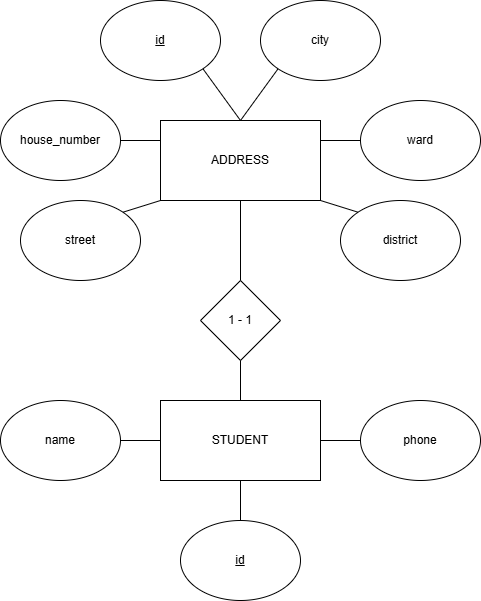
Before: B4.png, a diagram exported from draw.io (HaiDuong2035/Bai4_Session1_CSDL). Source tidied: cells renumbered, new cells last; positions are measured from the earlier drawing's top-left corner, leaving out a move shared by most shapes.
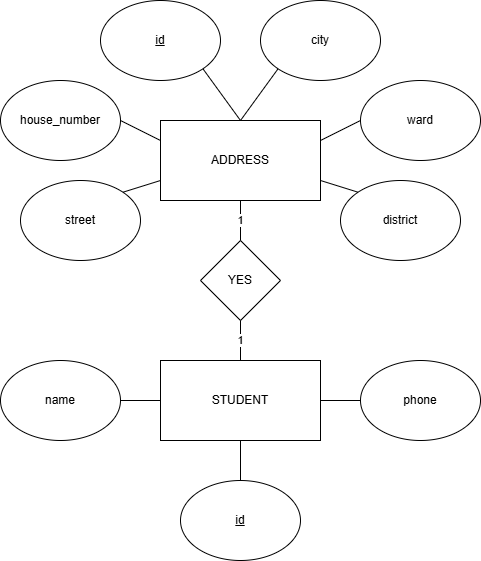
Later version of the same file.

Change to the diagram source:
```diff
@@ -2,79 +2,74 @@
   <root>
     <mxCell id="0" />
     <mxCell id="1" parent="0" />
-    <mxCell id="2" value="STUDENT" style="rounded=0;whiteSpace=wrap;html=1;" parent="1" vertex="1">
-      <mxGeometry x="160" y="400" width="160" height="80" as="geometry" />
-    </mxCell>
     <mxCell id="3" value="ADDRESS" style="rounded=0;whiteSpace=wrap;html=1;" parent="1" vertex="1">
-      <mxGeometry x="160" y="120" width="160" height="80" as="geometry" />
+      <mxGeometry x="160" width="160" height="80" as="geometry" />
     </mxCell>
-    <mxCell id="4" value="id" style="ellipse;whiteSpace=wrap;html=1;fontStyle=4;" parent="1" vertex="1">
-      <mxGeometry x="180" y="520" width="120" height="80" as="geometry" />
-    </mxCell>
-    <mxCell id="5" value="name" style="ellipse;whiteSpace=wrap;html=1;" parent="1" vertex="1">
-      <mxGeometry y="400" width="120" height="80" as="geometry" />
-    </mxCell>
-    <mxCell id="6" value="phone" style="ellipse;whiteSpace=wrap;html=1;" parent="1" vertex="1">
-      <mxGeometry x="360" y="400" width="120" height="80" as="geometry" />
-    </mxCell>
-    <mxCell id="7" value="id" style="ellipse;whiteSpace=wrap;html=1;fontStyle=4;" parent="1" vertex="1">
-      <mxGeometry x="100" width="120" height="80" as="geometry" />
-    </mxCell>
+    <mxCell id="26" value="id" style="ellipse;whiteSpace=wrap;html=1;fontStyle=4;" parent="1" vertex="1">
+      <mxGeometry x="100" y="-120" width="120" height="80" as="geometry" />
+    </mxCell>
+    <mxCell id="12" value="city" style="ellipse;whiteSpace=wrap;html=1;" parent="1" vertex="1">
+      <mxGeometry x="260" y="-120" width="120" height="80" as="geometry" />
+    </mxCell>
     <mxCell id="8" value="house_number" style="ellipse;whiteSpace=wrap;html=1;" parent="1" vertex="1">
-      <mxGeometry y="100" width="120" height="80" as="geometry" />
+      <mxGeometry y="-40" width="120" height="80" as="geometry" />
     </mxCell>
     <mxCell id="9" value="street" style="ellipse;whiteSpace=wrap;html=1;" parent="1" vertex="1">
-      <mxGeometry x="20" y="200" width="120" height="80" as="geometry" />
+      <mxGeometry x="20" y="60" width="120" height="80" as="geometry" />
     </mxCell>
     <mxCell id="10" value="ward" style="ellipse;whiteSpace=wrap;html=1;" parent="1" vertex="1">
-      <mxGeometry x="360" y="100" width="120" height="80" as="geometry" />
+      <mxGeometry x="360" y="-40" width="120" height="80" as="geometry" />
     </mxCell>
     <mxCell id="11" value="district" style="ellipse;whiteSpace=wrap;html=1;" parent="1" vertex="1">
-      <mxGeometry x="340" y="200" width="120" height="80" as="geometry" />
+      <mxGeometry x="340" y="60" width="120" height="80" as="geometry" />
     </mxCell>
-    <mxCell id="12" value="city" style="ellipse;whiteSpace=wrap;html=1;" parent="1" vertex="1">
-      <mxGeometry x="260" width="120" height="80" as="geometry" />
-    </mxCell>
-    <mxCell id="13" style="endArrow=none;html=1;rounded=0;" parent="1" edge="1" source="15">
-      <mxGeometry relative="1" as="geometry">
-        <mxPoint x="240" y="280" as="targetPoint" />
-      </mxGeometry>
-    </mxCell>
-    <mxCell id="14" style="endArrow=none;html=1;rounded=0;entryX=0.5;entryY=0;entryDx=0;entryDy=0;exitX=0.5;exitY=1;exitDx=0;exitDy=0;" parent="1" edge="1" source="2" target="4">
-      <mxGeometry relative="1" as="geometry" />
-    </mxCell>
-    <mxCell id="15" value="1 - 1" style="rhombus;whiteSpace=wrap;html=1;" parent="1" vertex="1">
-      <mxGeometry x="200" y="280" width="80" height="80" as="geometry" />
-    </mxCell>
+    <mxCell id="27" value="YES" style="rhombus;whiteSpace=wrap;html=1;" parent="1" vertex="1">
+      <mxGeometry x="200" y="120" width="80" height="80" as="geometry" />
+    </mxCell>
+    <mxCell id="2" value="STUDENT" style="rounded=0;whiteSpace=wrap;html=1;" parent="1" vertex="1">
+      <mxGeometry x="160" y="240" width="160" height="80" as="geometry" />
+    </mxCell>
+    <mxCell id="5" value="name" style="ellipse;whiteSpace=wrap;html=1;" parent="1" vertex="1">
+      <mxGeometry y="240" width="120" height="80" as="geometry" />
+    </mxCell>
+    <mxCell id="28" value="id" style="ellipse;whiteSpace=wrap;html=1;fontStyle=4;" parent="1" vertex="1">
+      <mxGeometry x="180" y="360" width="120" height="80" as="geometry" />
+    </mxCell>
+    <mxCell id="6" value="phone" style="ellipse;whiteSpace=wrap;html=1;" parent="1" vertex="1">
+      <mxGeometry x="360" y="240" width="120" height="80" as="geometry" />
+    </mxCell>
+    <mxCell id="29" style="endArrow=none;html=1;rounded=0;entryX=1;entryY=1;entryDx=0;entryDy=0;exitX=0.5;exitY=0;exitDx=0;exitDy=0;" parent="1" edge="1" source="3" target="26">
+      <mxGeometry relative="1" as="geometry" />
+    </mxCell>
+    <mxCell id="23" style="endArrow=none;html=1;rounded=0;entryX=0;entryY=1;entryDx=0;entryDy=0;exitX=0.5;exitY=0;exitDx=0;exitDy=0;" parent="1" edge="1" source="3" target="12">
+      <mxGeometry relative="1" as="geometry" />
+    </mxCell>
+    <mxCell id="24" style="endArrow=none;html=1;rounded=0;entryX=0;entryY=0.5;entryDx=0;entryDy=0;exitX=1;exitY=0.25;exitDx=0;exitDy=0;" parent="1" edge="1" source="3" target="10">
+      <mxGeometry relative="1" as="geometry" />
+    </mxCell>
+    <mxCell id="21" style="endArrow=none;html=1;rounded=0;entryX=0;entryY=0.25;entryDx=0;entryDy=0;exitX=1;exitY=0.5;exitDx=0;exitDy=0;" parent="1" edge="1" source="8" target="3">
+      <mxGeometry relative="1" as="geometry" />
+    </mxCell>
+    <mxCell id="20" style="endArrow=none;html=1;rounded=0;entryX=0;entryY=0.75;entryDx=0;entryDy=0;exitX=1;exitY=0;exitDx=0;exitDy=0;" parent="1" edge="1" source="9" target="3">
+      <mxGeometry relative="1" as="geometry" />
+    </mxCell>
+    <mxCell id="25" style="endArrow=none;html=1;rounded=0;entryX=1;entryY=0.75;entryDx=0;entryDy=0;exitX=0;exitY=0;exitDx=0;exitDy=0;" parent="1" edge="1" source="11" target="3">
+      <mxGeometry relative="1" as="geometry" />
+    </mxCell>
+    <mxCell id="30" value="1" style="endArrow=none;html=1;rounded=0;entryX=0.5;entryY=1;entryDx=0;entryDy=0;exitX=0.5;exitY=0;exitDx=0;exitDy=0;" parent="1" edge="1" source="27" target="3">
+      <mxGeometry relative="1" as="geometry" />
+    </mxCell>
+    <mxCell id="31" value="1" style="endArrow=none;html=1;rounded=0;entryX=0.5;entryY=1;entryDx=0;entryDy=0;exitX=0.5;exitY=0;exitDx=0;exitDy=0;" parent="1" edge="1" source="2" target="27">
+      <mxGeometry relative="1" as="geometry" />
+    </mxCell>
     <mxCell id="16" style="endArrow=none;html=1;rounded=0;entryX=0;entryY=0.5;entryDx=0;entryDy=0;exitX=1;exitY=0.5;exitDx=0;exitDy=0;" parent="1" edge="1" source="5" target="2">
       <mxGeometry relative="1" as="geometry" />
     </mxCell>
     <mxCell id="17" style="endArrow=none;html=1;rounded=0;entryX=0;entryY=0.5;entryDx=0;entryDy=0;exitX=1;exitY=0.5;exitDx=0;exitDy=0;" parent="1" edge="1" source="2" target="6">
       <mxGeometry relative="1" as="geometry" />
     </mxCell>
-    <mxCell id="18" style="endArrow=none;html=1;rounded=0;entryX=0.5;entryY=1;entryDx=0;entryDy=0;exitX=0.5;exitY=0;exitDx=0;exitDy=0;" parent="1" edge="1" source="2" target="15">
-      <mxGeometry relative="1" as="geometry" />
-    </mxCell>
-    <mxCell id="19" style="endArrow=none;html=1;rounded=0;entryX=0.5;entryY=1;entryDx=0;entryDy=0;exitX=0.5;exitY=0;exitDx=0;exitDy=0;" parent="1" edge="1" source="15" target="3">
-      <mxGeometry relative="1" as="geometry" />
-    </mxCell>
-    <mxCell id="20" style="endArrow=none;html=1;rounded=0;entryX=0;entryY=1;entryDx=0;entryDy=0;exitX=1;exitY=0;exitDx=0;exitDy=0;" parent="1" edge="1" source="9" target="3">
-      <mxGeometry relative="1" as="geometry" />
-    </mxCell>
-    <mxCell id="21" style="endArrow=none;html=1;rounded=0;entryX=0;entryY=0.25;entryDx=0;entryDy=0;exitX=1;exitY=0.5;exitDx=0;exitDy=0;" parent="1" edge="1" source="8" target="3">
-      <mxGeometry relative="1" as="geometry" />
-    </mxCell>
-    <mxCell id="22" style="endArrow=none;html=1;rounded=0;entryX=1;entryY=1;entryDx=0;entryDy=0;exitX=0.5;exitY=0;exitDx=0;exitDy=0;" parent="1" edge="1" source="3" target="7">
-      <mxGeometry relative="1" as="geometry" />
-    </mxCell>
-    <mxCell id="23" style="endArrow=none;html=1;rounded=0;entryX=0;entryY=1;entryDx=0;entryDy=0;exitX=0.5;exitY=0;exitDx=0;exitDy=0;" parent="1" edge="1" source="3" target="12">
-      <mxGeometry relative="1" as="geometry" />
-    </mxCell>
-    <mxCell id="24" style="endArrow=none;html=1;rounded=0;entryX=0;entryY=0.5;entryDx=0;entryDy=0;exitX=1;exitY=0.25;exitDx=0;exitDy=0;" parent="1" edge="1" source="3" target="10">
-      <mxGeometry relative="1" as="geometry" />
-    </mxCell>
-    <mxCell id="25" style="endArrow=none;html=1;rounded=0;entryX=1;entryY=1;entryDx=0;entryDy=0;exitX=0;exitY=0;exitDx=0;exitDy=0;" parent="1" edge="1" source="11" target="3">
-      <mxGeometry relative="1" as="geometry" />
-    </mxCell>
+    <mxCell id="32" style="endArrow=none;html=1;rounded=0;entryX=0.5;entryY=1;entryDx=0;entryDy=0;exitX=0.5;exitY=0;exitDx=0;exitDy=0;" parent="1" edge="1" source="28" target="2">
+      <mxGeometry relative="1" as="geometry" />
+    </mxCell>
   </root>
 </mxGraphModel>
```
